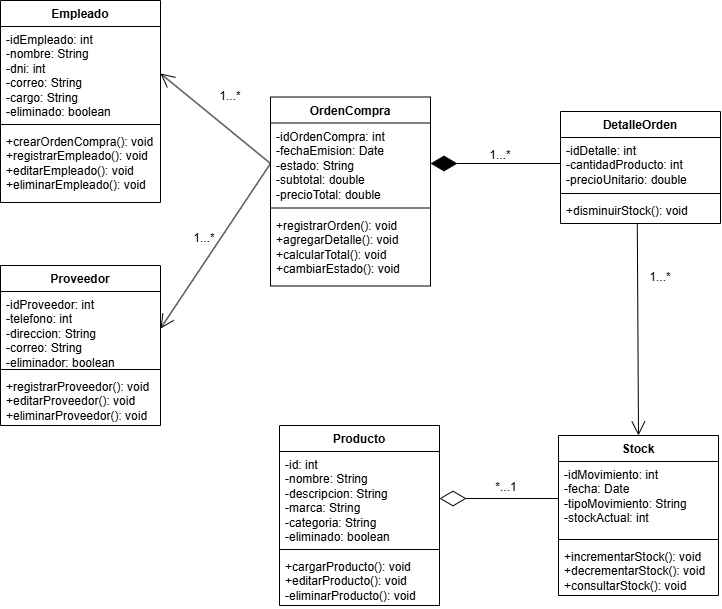
The draw.io diagram TRABAJO-PRACTICO-GUIA-NO-1/EJERCICIO5/a.AyD/DIAGRAMA-CLASES/DCD-EJ5.drawio.png in GabrielLeiva05/IS2-2026-33-DE-ESPADAS, before a commit. Source tidied: cells renumbered, new cells last; positions are measured from the earlier drawing's top-left corner, leaving out a move shared by most shapes.
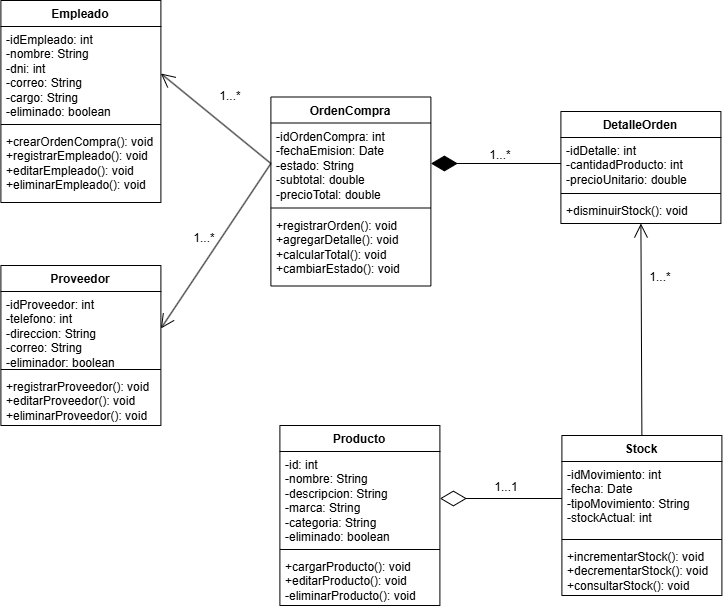
After the change.

Commit message:
Modifico el diagrama de clases de diseño.

The edit, as a diff of the source:
```diff
@@ -15,7 +15,7 @@
       <mxGeometry y="128" width="160" height="52" as="geometry" />
     </mxCell>
     <mxCell id="6" value="Stock" style="swimlane;fontStyle=1;align=center;verticalAlign=top;horizontal=1;startSize=26;whiteSpace=wrap;html=1;" parent="1" vertex="1">
-      <mxGeometry x="558" y="435" width="160" height="160" as="geometry" />
+      <mxGeometry x="561" y="435" width="160" height="160" as="geometry" />
     </mxCell>
     <mxCell id="7" value="-idMovimiento: int&lt;div&gt;-fecha: Date&lt;/div&gt;&lt;div&gt;-tipoMovimiento: String&lt;/div&gt;&lt;div&gt;-stockActual: int&lt;/div&gt;&lt;div&gt;&lt;br&gt;&lt;/div&gt;" style="text;strokeColor=none;fillColor=none;align=left;verticalAlign=top;spacingLeft=4;spacingRight=4;overflow=hidden;points=[[0,0.5],[1,0.5]];portConstraint=eastwest;whiteSpace=wrap;html=1;" parent="6" vertex="1">
       <mxGeometry y="26" width="160" height="74" as="geometry" />
@@ -86,16 +86,13 @@
     <mxCell id="29" value="1...*" style="text;html=1;whiteSpace=wrap;strokeColor=none;fillColor=none;align=center;verticalAlign=middle;rounded=0;" parent="1" vertex="1">
       <mxGeometry x="200" y="81" width="60" height="30" as="geometry" />
     </mxCell>
-    <mxCell id="30" style="endArrow=open;endFill=1;endSize=12;html=1;rounded=0;entryX=0.5;entryY=0;entryDx=0;entryDy=0;exitX=0.48;exitY=1.031;exitDx=0;exitDy=0;exitPerimeter=0;" parent="1" edge="1" source="21" target="6">
-      <mxGeometry relative="1" as="geometry" />
-    </mxCell>
     <mxCell id="31" value="1...*" style="text;html=1;whiteSpace=wrap;strokeColor=none;fillColor=none;align=center;verticalAlign=middle;rounded=0;" parent="1" vertex="1">
       <mxGeometry x="630" y="262" width="60" height="30" as="geometry" />
     </mxCell>
     <mxCell id="32" style="endArrow=diamondThin;endFill=0;endSize=24;html=1;rounded=0;entryX=1;entryY=0.5;entryDx=0;entryDy=0;exitX=0;exitY=0.5;exitDx=0;exitDy=0;" parent="1" edge="1" source="7" target="3">
       <mxGeometry relative="1" as="geometry" />
     </mxCell>
-    <mxCell id="33" value="*...1" style="text;html=1;whiteSpace=wrap;strokeColor=none;fillColor=none;align=center;verticalAlign=middle;rounded=0;" parent="1" vertex="1">
+    <mxCell id="33" value="1...1" style="text;html=1;whiteSpace=wrap;strokeColor=none;fillColor=none;align=center;verticalAlign=middle;rounded=0;" parent="1" vertex="1">
       <mxGeometry x="476" y="472" width="60" height="30" as="geometry" />
     </mxCell>
     <mxCell id="34" style="endArrow=open;endFill=1;endSize=12;html=1;rounded=0;entryX=1;entryY=0.5;entryDx=0;entryDy=0;exitX=0;exitY=0.5;exitDx=0;exitDy=0;" parent="1" edge="1" source="15" target="23">
@@ -104,5 +101,8 @@
     <mxCell id="35" value="1...*" style="text;html=1;whiteSpace=wrap;strokeColor=none;fillColor=none;align=center;verticalAlign=middle;rounded=0;" parent="1" vertex="1">
       <mxGeometry x="174" y="223" width="60" height="30" as="geometry" />
     </mxCell>
+    <mxCell id="36" style="endArrow=open;endFill=1;endSize=12;html=1;rounded=0;entryX=0.5;entryY=1;entryDx=0;entryDy=0;exitX=0.5;exitY=0;exitDx=0;exitDy=0;" parent="1" edge="1" source="6" target="18">
+      <mxGeometry relative="1" as="geometry" />
+    </mxCell>
   </root>
 </mxGraphModel>
```
